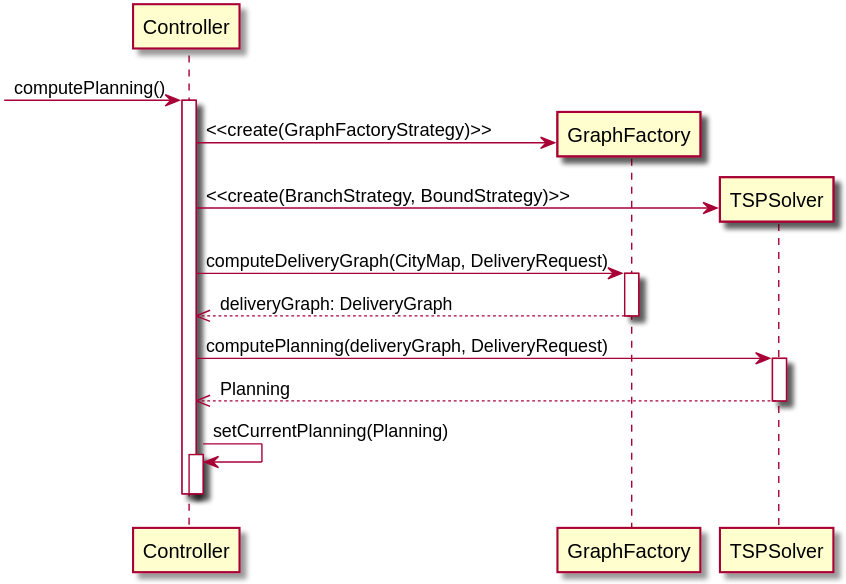
Earlier version of the PlantUML export docs/project/sequence-diagram-planning.svg (if-h4102/pld-agile). Its source is kept beside it as docs/project/sequence-diagram-planning.puml. The source it was exported from:
```plantuml
@startuml
participant "Controller" as Ctrl
participant "GraphFactory" as GF
participant "TSPSolver" as TSPS


[-> Ctrl: computePlanning()
activate Ctrl

create GF
Ctrl -> GF: <<create(GraphFactoryStrategy)>>
create TSPS
Ctrl -> TSPS: <<create(BranchStrategy, BoundStrategy)>>


Ctrl -> GF: computeDeliveryGraph(CityMap, DeliveryRequest)
activate GF
Ctrl <<-- GF: deliveryGraph: DeliveryGraph
deactivate GF


Ctrl -> TSPS: computePlanning(deliveryGraph, DeliveryRequest)
activate TSPS
Ctrl <<-- TSPS: Planning
deactivate TSPS



Ctrl -> Ctrl: setCurrentPlanning(Planning)
activate Ctrl
deactivate Ctrl

deactivate Ctrl

@enduml
```
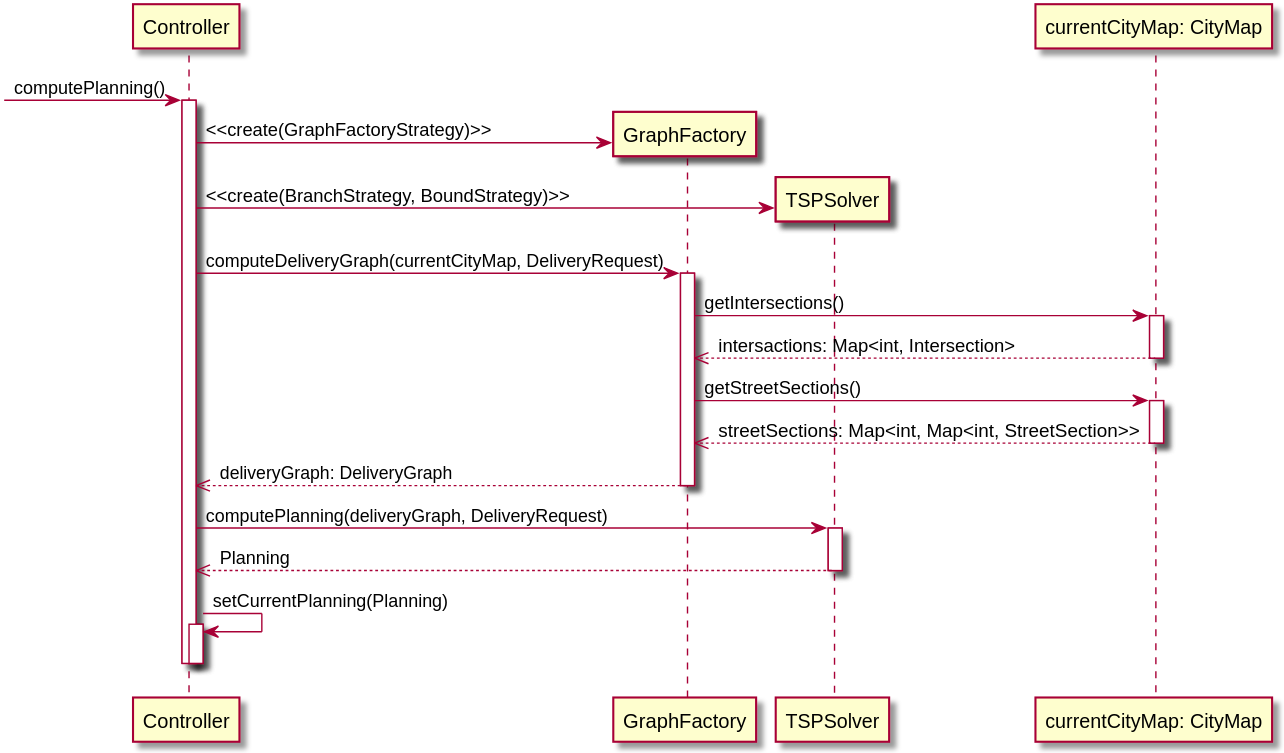
The same diagram one commit later.

Commit message:
Display city map in sequence diagram

What changed in the source:
```diff
@@ -2,6 +2,7 @@
 participant "Controller" as Ctrl
 participant "GraphFactory" as GF
 participant "TSPSolver" as TSPS
+participant "currentCityMap: CityMap" as CM
 
 
 [-> Ctrl: computePlanning()
@@ -13,8 +14,19 @@
 Ctrl -> TSPS: <<create(BranchStrategy, BoundStrategy)>>
 
 
-Ctrl -> GF: computeDeliveryGraph(CityMap, DeliveryRequest)
+Ctrl -> GF: computeDeliveryGraph(currentCityMap, DeliveryRequest)
 activate GF
+
+GF -> CM: getIntersections()
+activate CM
+GF <<-- CM: intersactions: Map<int, Intersection>
+deactivate CM
+
+GF -> CM: getStreetSections()
+activate CM
+GF <<-- CM: streetSections: Map<int,  Map<int, StreetSection>>
+deactivate CM
+
 Ctrl <<-- GF: deliveryGraph: DeliveryGraph
 deactivate GF
 
```
